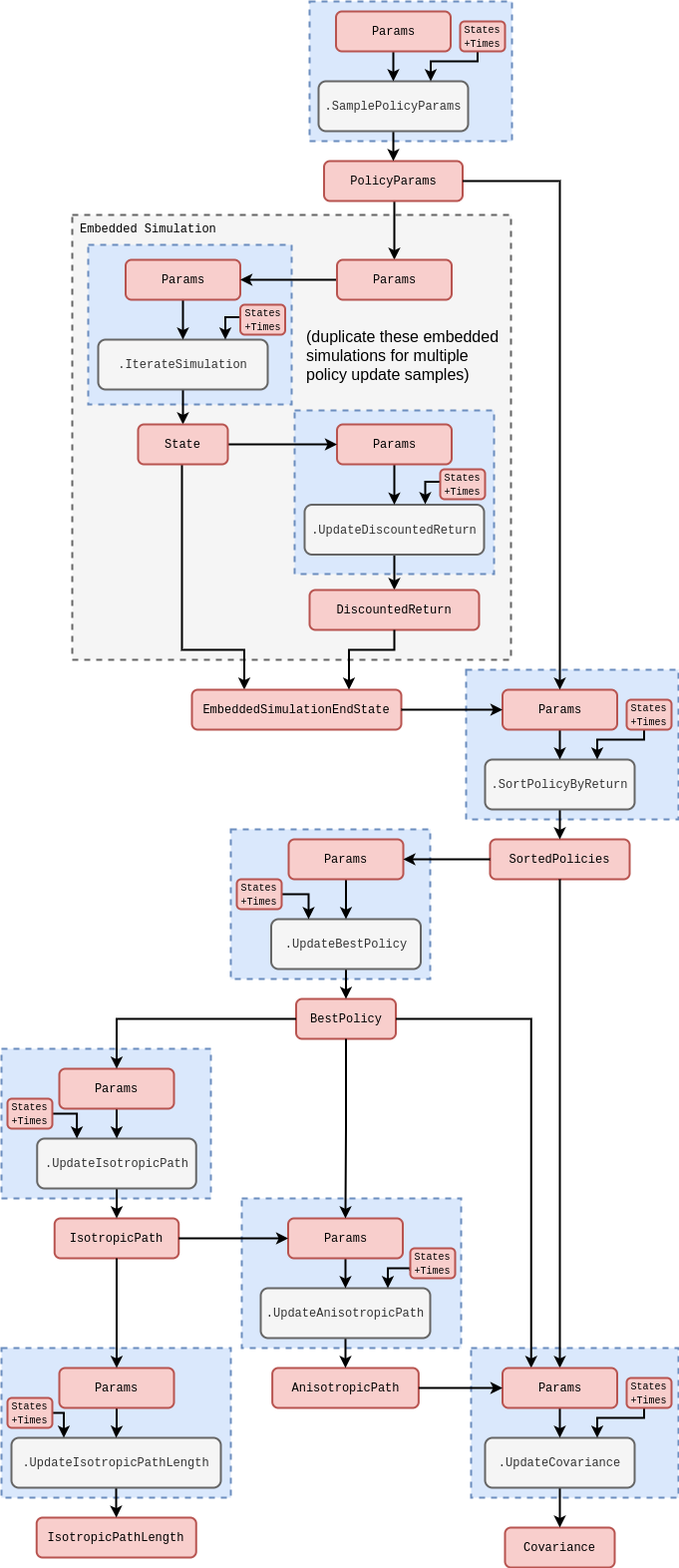
The draw.io diagram assets/stochadexIV/stochadexIV-discounted-return-optimiser-code.drawio.png in umbralcalc/umbralcalc.github.io, before a commit. Source tidied: cells renumbered, new cells last; positions are measured from the earlier drawing's top-left corner, leaving out a move shared by most shapes.
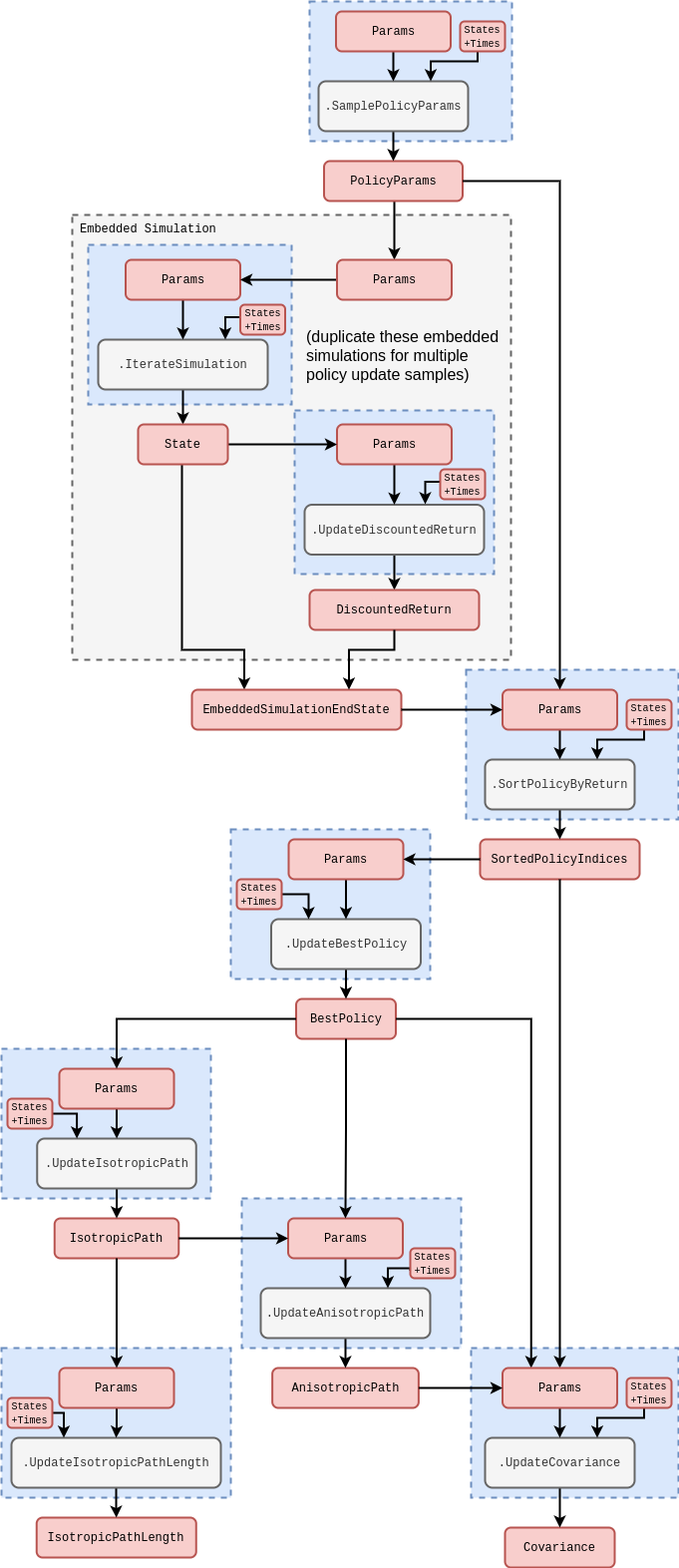
Later version of the same file.

What changed in the source:
```diff
@@ -135,8 +135,8 @@
     <mxCell id="35" value="&lt;div style=&quot;line-height: 100%;&quot;&gt;&lt;span style=&quot;font-size: 10px; background-color: transparent; color: light-dark(rgb(0, 0, 0), rgb(255, 255, 255));&quot;&gt;&lt;font face=&quot;Courier New&quot;&gt;States&lt;/font&gt;&lt;/span&gt;&lt;div&gt;&lt;font face=&quot;Courier New&quot; style=&quot;line-height: 100%; font-size: 10px;&quot;&gt;&lt;font style=&quot;&quot;&gt;+&lt;/font&gt;&lt;span style=&quot;background-color: transparent; color: light-dark(rgb(0, 0, 0), rgb(255, 255, 255));&quot;&gt;Times&lt;/span&gt;&lt;/font&gt;&lt;/div&gt;&lt;/div&gt;" style="rounded=1;whiteSpace=wrap;html=1;strokeWidth=2;fillColor=#f8cecc;strokeColor=#b85450;" parent="1" vertex="1">
       <mxGeometry x="460" y="20" width="45" height="30" as="geometry" />
     </mxCell>
-    <mxCell id="36" value="&lt;font face=&quot;Courier New&quot;&gt;SortedPolicies&lt;/font&gt;" style="rounded=1;whiteSpace=wrap;html=1;strokeWidth=2;fillColor=#f8cecc;strokeColor=#b85450;" parent="1" vertex="1">
-      <mxGeometry x="490" y="840" width="140" height="40" as="geometry" />
+    <mxCell id="36" value="&lt;font face=&quot;Courier New&quot;&gt;SortedPolicyIndices&lt;/font&gt;" style="rounded=1;whiteSpace=wrap;html=1;strokeWidth=2;fillColor=#f8cecc;strokeColor=#b85450;" parent="1" vertex="1">
+      <mxGeometry x="480" y="840" width="160" height="40" as="geometry" />
     </mxCell>
     <mxCell id="37" style="rounded=0;whiteSpace=wrap;html=1;dashed=1;strokeWidth=2;fillColor=#dae8fc;strokeColor=#6c8ebf;" parent="1" vertex="1">
       <mxGeometry x="466" y="670" width="213" height="150" as="geometry" />
```
